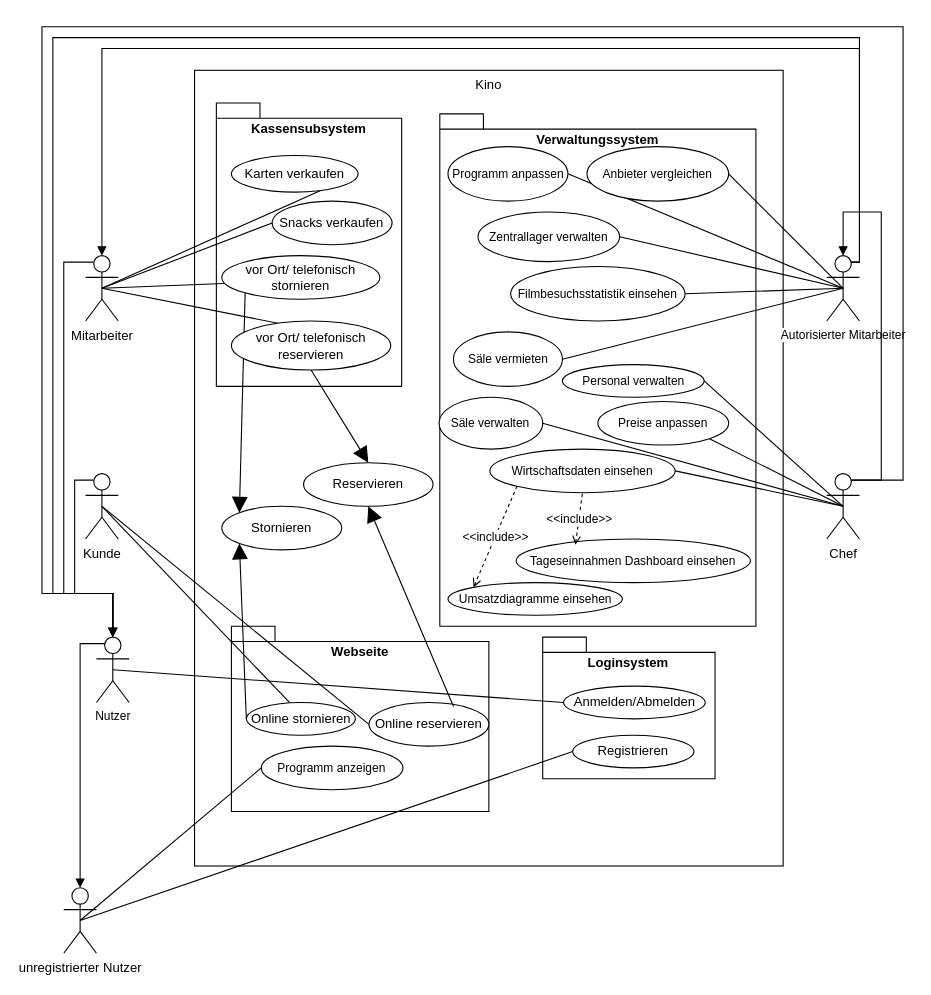
Before: src/main/asciidoc/models/analysis/UseCase/UseCase.drawio in Leonard0108/Anwendungsprogrammierung, a draw.io diagram. Source tidied: cells renumbered, new cells numbered last; positions are measured from the earlier drawing's top-left corner, leaving out a move shared by most shapes. Both pictures are drawn from the tidied source at 109%, with x=0, y=0 at pixel (41, 26).
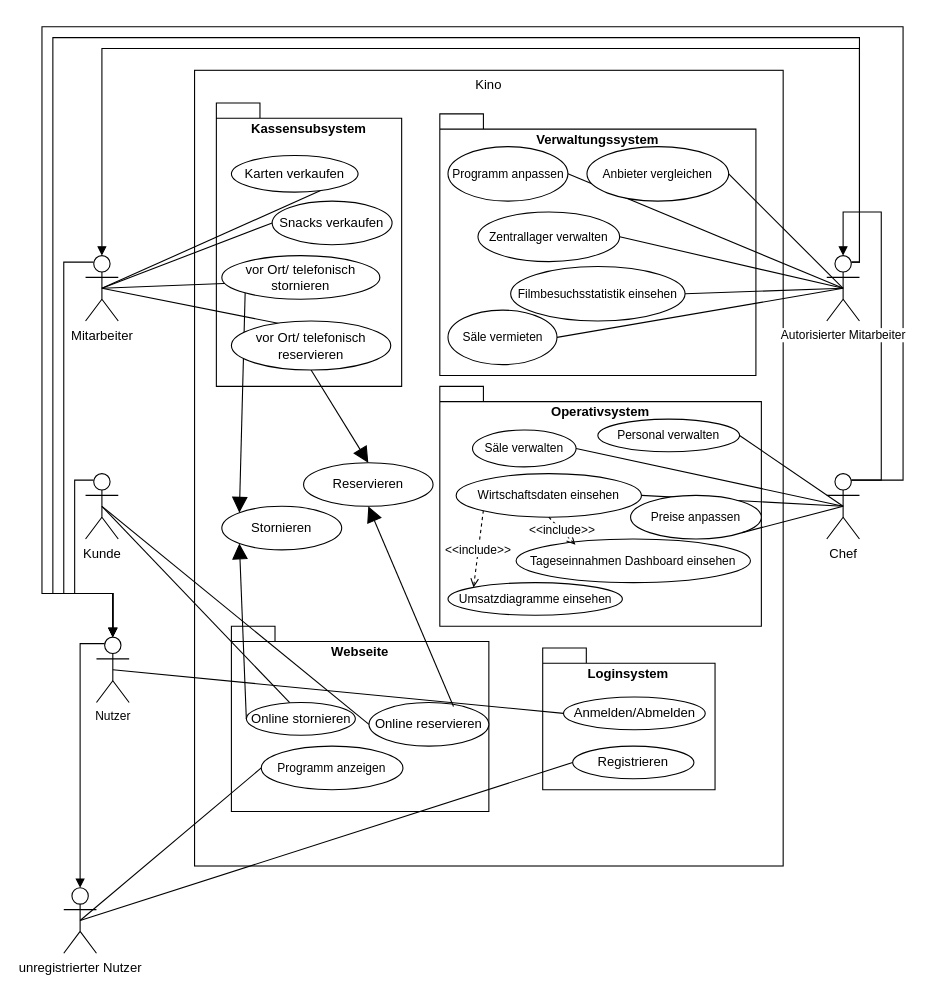
The same diagram, later.

Commit message (it also covers changes not shown here):
UseCase Diagrmm Verwaltungssystem unterteilt

What changed in the source:
```diff
@@
+    <mxCell id="67" value="Operativsystem" style="shape=folder;fontStyle=1;spacingTop=10;tabWidth=40;tabHeight=14;tabPosition=left;html=1;whiteSpace=wrap;align=center;horizontal=1;verticalAlign=top;" parent="1" vertex="1">
+      <mxGeometry x="365" y="330" width="295" height="220" as="geometry" />
+    </mxCell>
@@
     <mxCell id="9" value="Verwaltungssystem" style="shape=folder;fontStyle=1;spacingTop=10;tabWidth=40;tabHeight=14;tabPosition=left;html=1;whiteSpace=wrap;verticalAlign=top;" parent="1" vertex="1">
-      <mxGeometry x="365" y="80" width="290" height="470" as="geometry" />
+      <mxGeometry x="365" y="80" width="290" height="240" as="geometry" />
     </mxCell>
@@
-    <mxCell id="11" value="Autorisierter Mitarbeiter" style="shape=umlActor;verticalLabelPosition=bottom;verticalAlign=top;html=1;fontFamily=Helvetica;fontSize=11;fontColor=default;labelBackgroundColor=default;" parent="1" vertex="1">
-      <mxGeometry x="720" y="210" width="30" height="60" as="geometry" />
-    </mxCell>
@@
     <mxCell id="20" value="Wirtschaftsdaten einsehen" style="ellipse;whiteSpace=wrap;html=1;fontFamily=Helvetica;fontSize=11;fontColor=default;labelBackgroundColor=default;" parent="1" vertex="1">
-      <mxGeometry x="410.9" y="387.5" width="170" height="40" as="geometry" />
+      <mxGeometry x="380" y="410" width="170" height="40" as="geometry" />
     </mxCell>
     <mxCell id="21" value="Säle verwalten" style="ellipse;whiteSpace=wrap;html=1;fontFamily=Helvetica;fontSize=11;fontColor=default;labelBackgroundColor=default;" parent="1" vertex="1">
-      <mxGeometry x="364.4" y="340" width="95" height="47.5" as="geometry" />
+      <mxGeometry x="395" y="370" width="95" height="33.8" as="geometry" />
     </mxCell>
@@
     <mxCell id="23" value="Preise anpassen" style="ellipse;whiteSpace=wrap;html=1;fontFamily=Helvetica;fontSize=11;fontColor=default;labelBackgroundColor=default;" parent="1" vertex="1">
-      <mxGeometry x="510" y="343.8" width="120" height="40" as="geometry" />
+      <mxGeometry x="540" y="430" width="120" height="40" as="geometry" />
     </mxCell>
@@
     <mxCell id="30" value="Säle vermieten" style="ellipse;whiteSpace=wrap;html=1;fontFamily=Helvetica;fontSize=11;fontColor=default;labelBackgroundColor=default;" parent="1" vertex="1">
-      <mxGeometry x="377.5" y="280" width="100" height="50" as="geometry" />
+      <mxGeometry x="372.5" y="260" width="100" height="50" as="geometry" />
     </mxCell>
@@
     <mxCell id="53" value="Personal verwalten" style="ellipse;whiteSpace=wrap;html=1;fontFamily=Helvetica;fontSize=11;fontColor=default;labelBackgroundColor=default;" parent="1" vertex="1">
-      <mxGeometry x="477.5" y="310" width="130" height="30" as="geometry" />
+      <mxGeometry x="510" y="360" width="130" height="30" as="geometry" />
     </mxCell>
@@
     <mxCell id="61" style="group;" parent="1" vertex="1">
-      <mxGeometry x="459.4" y="560" width="158.1" height="130" as="geometry" />
+      <mxGeometry x="459.4" y="570" width="158.1" height="130" as="geometry" />
     </mxCell>
@@
+    <mxCell id="11" value="Autorisierter Mitarbeiter" style="shape=umlActor;verticalLabelPosition=bottom;verticalAlign=top;html=1;fontFamily=Helvetica;fontSize=11;fontColor=default;labelBackgroundColor=default;" parent="1" vertex="1">
+      <mxGeometry x="720" y="210" width="30" height="60" as="geometry" />
+    </mxCell>
```
